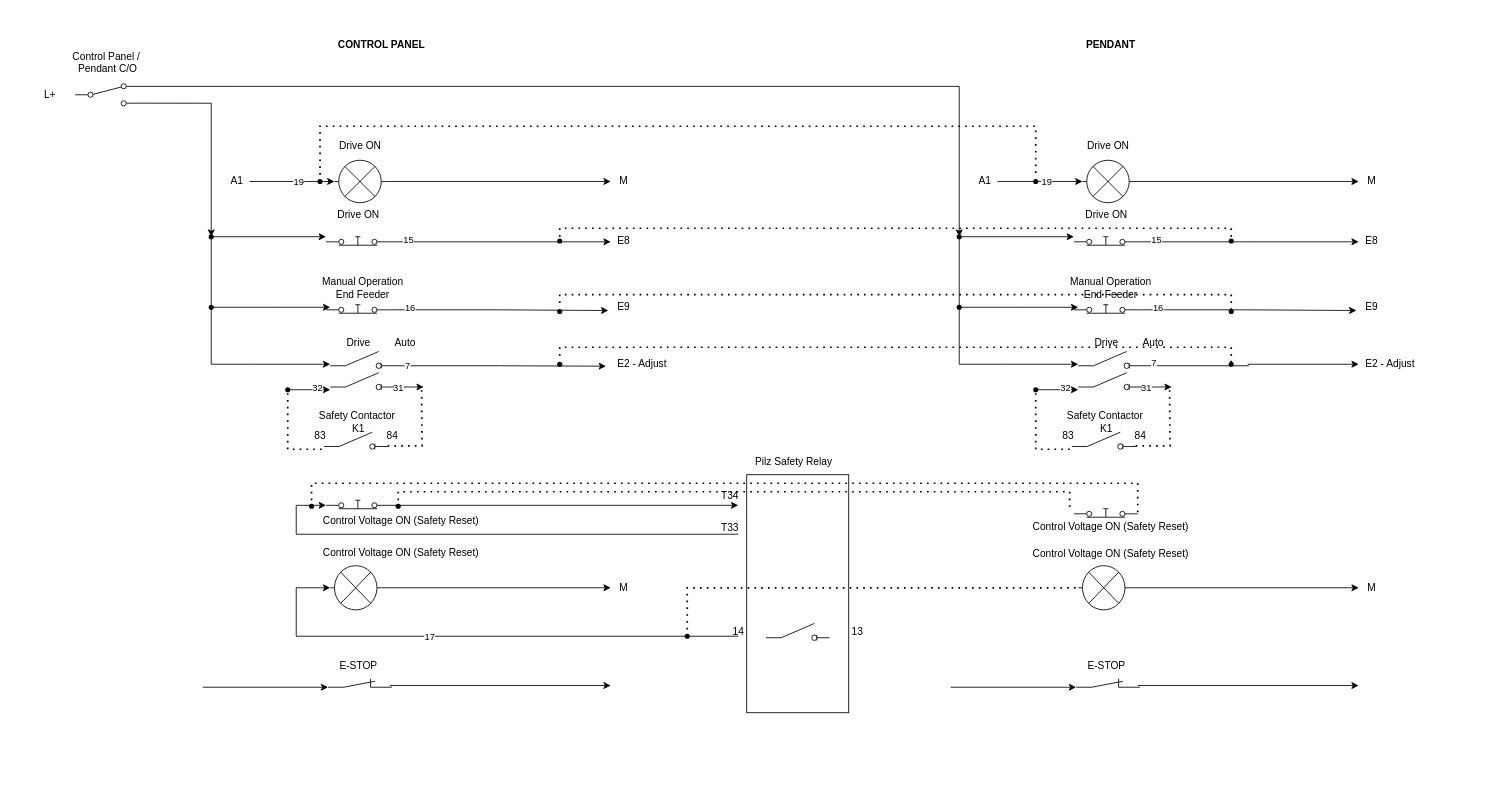
Above: 176 Pendant.drawio in nicholas-carnie/Nicks-files (draw.io), before the change. Source tidied: cells renumbered, new cells numbered last; positions are measured from the earlier drawing's top-left corner, leaving out a move shared by most shapes. Both pictures are drawn from the tidied source at 85%, with x=0, y=0 at pixel (32, 32).
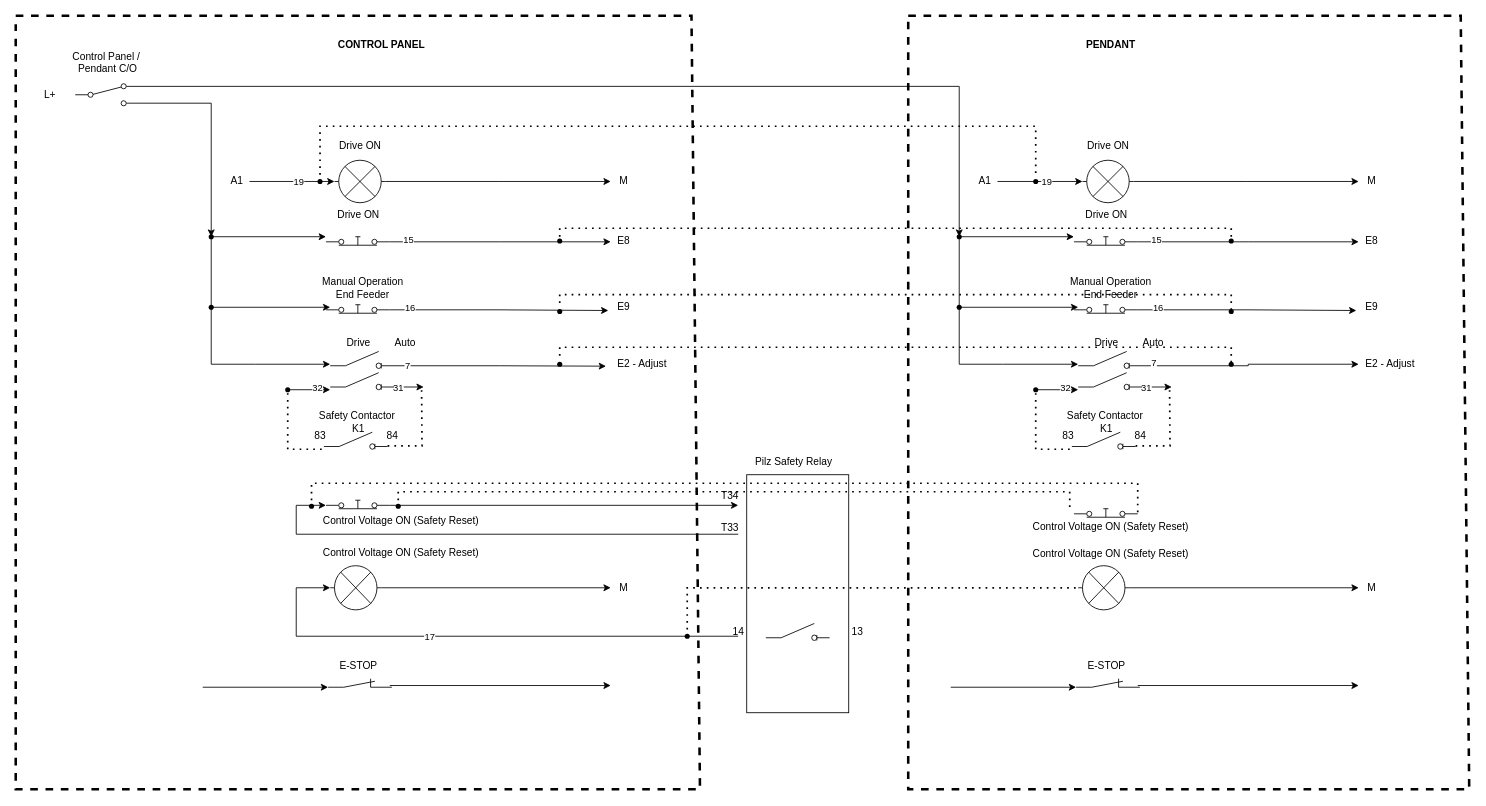
The same diagram, later.

Diff of the diagram source:
```diff
@@
+    <mxCell id="139" style="endArrow=none;dashed=1;html=1;rounded=0;strokeWidth=3;" parent="1" edge="1">
+      <mxGeometry relative="1" as="geometry">
+        <mxPoint x="1030" y="-20" as="sourcePoint" />
+        <mxPoint x="1030" y="-20" as="targetPoint" />
+        <Array as="points">
+          <mxPoint x="1680" y="-20" />
+          <mxPoint x="1690" y="890" />
+          <mxPoint x="1030" y="890" />
+        </Array>
+      </mxGeometry>
+    </mxCell>
+    <mxCell id="140" style="endArrow=none;dashed=1;html=1;rounded=0;strokeWidth=3;" parent="1" edge="1">
+      <mxGeometry relative="1" as="geometry">
+        <mxPoint x="-20" y="-20" as="sourcePoint" />
+        <mxPoint x="-20" y="-10" as="targetPoint" />
+        <Array as="points">
+          <mxPoint x="775" y="-20" />
+          <mxPoint x="785" y="890" />
+          <mxPoint x="-20" y="890" />
+        </Array>
+      </mxGeometry>
+    </mxCell>
```
